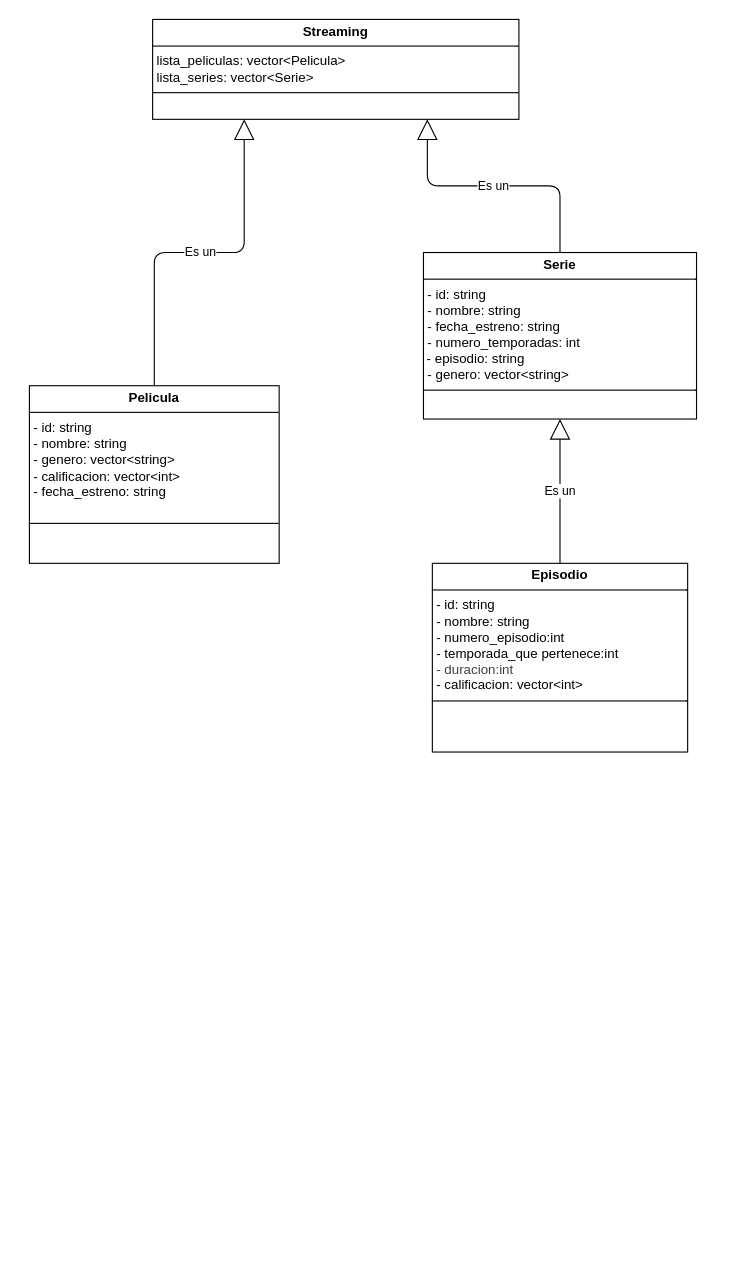
This is integrador-JuanManuelSanchezVelazquez-main/SegundaEntrega/version2.drawio from A01802469/Proyecto-POO, a draw.io file, before an edit. Source tidied: cells renumbered, new cells numbered last; positions are measured from the earlier drawing's top-left corner, leaving out a move shared by most shapes. Both pictures are drawn from the tidied source at 111%, with x=0, y=0 at pixel (29, 19).
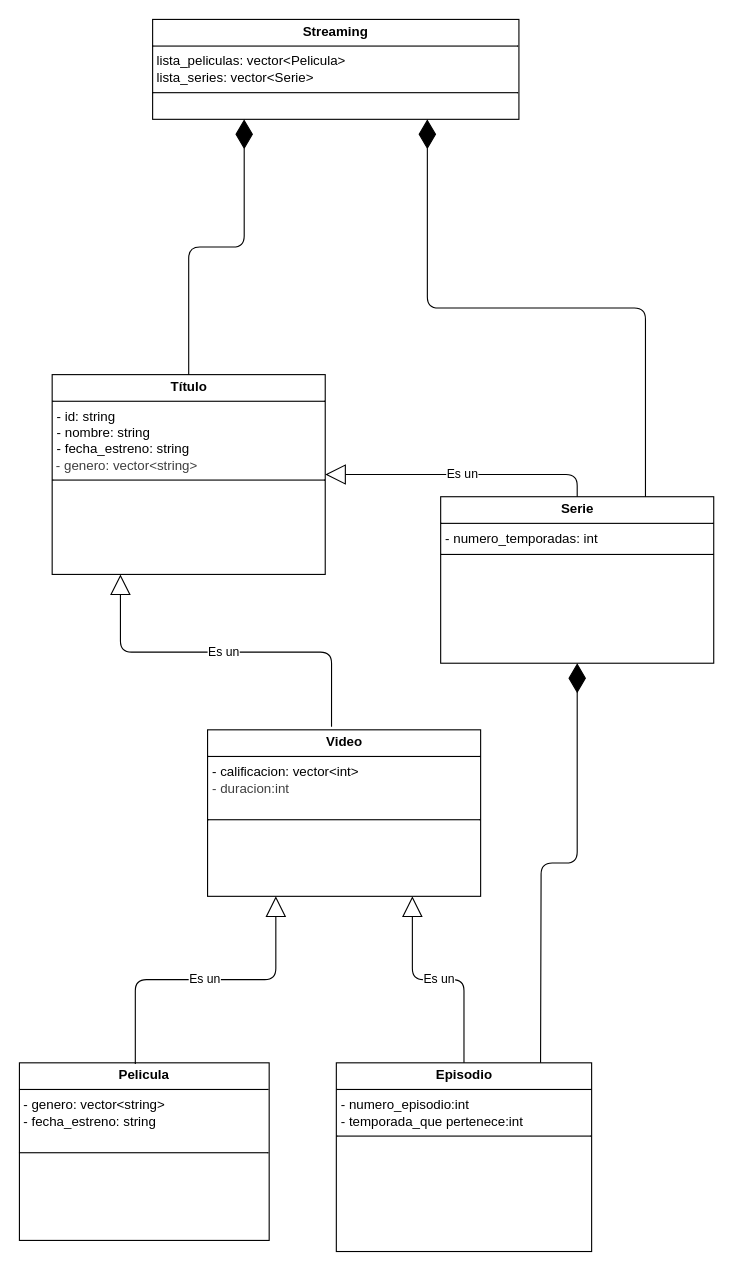
The same diagram, later.

Commit message:
Actualizacion de herencia y composisicon

Diff of the diagram source:
```diff
@@
 <mxGraphModel>
   <root>
     <mxCell id="0" />
     <mxCell id="1" parent="0" />
     <mxCell id="2" value="&lt;p style=&quot;margin:0px;margin-top:4px;text-align:center;&quot;&gt;&lt;b&gt;Streaming&lt;/b&gt;&lt;/p&gt;&lt;hr size=&quot;1&quot; style=&quot;border-style:solid;&quot;&gt;&lt;p style=&quot;margin:0px;margin-left:4px;&quot;&gt;lista_peliculas: vector&amp;lt;Pelicula&amp;gt;&lt;/p&gt;&lt;p style=&quot;margin:0px;margin-left:4px;&quot;&gt;lista_series: vector&amp;lt;Serie&amp;gt;&lt;/p&gt;&lt;hr size=&quot;1&quot; style=&quot;border-style:solid;&quot;&gt;&lt;p style=&quot;margin:0px;margin-left:4px;&quot;&gt;&lt;br&gt;&lt;/p&gt;" style="verticalAlign=top;align=left;overflow=fill;html=1;whiteSpace=wrap;" parent="1" vertex="1">
       <mxGeometry x="111" width="330" height="90" as="geometry" />
     </mxCell>
-    <mxCell id="3" value="&lt;p style=&quot;margin:0px;margin-top:4px;text-align:center;&quot;&gt;&lt;b&gt;Serie&lt;/b&gt;&lt;/p&gt;&lt;hr size=&quot;1&quot; style=&quot;border-style:solid;&quot;&gt;&lt;p style=&quot;margin: 0px 0px 0px 4px;&quot;&gt;- id: string&lt;/p&gt;&lt;p style=&quot;margin: 0px 0px 0px 4px;&quot;&gt;- nombre: string&lt;/p&gt;&lt;p style=&quot;margin: 0px 0px 0px 4px;&quot;&gt;&lt;span style=&quot;background-color: transparent;&quot;&gt;- fecha_estreno: string&lt;/span&gt;&lt;/p&gt;&lt;p style=&quot;margin: 0px 0px 0px 4px;&quot;&gt;&lt;span style=&quot;background-color: transparent;&quot;&gt;- numero_temporadas: int&lt;/span&gt;&lt;/p&gt;&amp;nbsp;- episodio: string&lt;div&gt;&lt;p style=&quot;margin: 0px 0px 0px 4px;&quot;&gt;- genero: vector&amp;lt;string&amp;gt;&lt;/p&gt;&lt;p style=&quot;margin: 0px 0px 0px 4px;&quot;&gt;&lt;span style=&quot;color: rgb(63, 63, 63);&quot;&gt;&lt;/span&gt;&lt;/p&gt;&lt;hr size=&quot;1&quot; style=&quot;border-style:solid;&quot;&gt;&lt;p style=&quot;margin:0px;margin-left:4px;&quot;&gt;&lt;br&gt;&lt;/p&gt;&lt;/div&gt;" style="verticalAlign=top;align=left;overflow=fill;html=1;whiteSpace=wrap;" parent="1" vertex="1">
-      <mxGeometry x="355" y="210" width="246" height="150" as="geometry" />
+    <mxCell id="3" value="&lt;p style=&quot;margin:0px;margin-top:4px;text-align:center;&quot;&gt;&lt;b&gt;Serie&lt;/b&gt;&lt;/p&gt;&lt;hr size=&quot;1&quot; style=&quot;border-style:solid;&quot;&gt;&lt;p style=&quot;margin: 0px 0px 0px 4px;&quot;&gt;&lt;span style=&quot;background-color: transparent;&quot;&gt;- numero_temporadas: int&lt;/span&gt;&lt;/p&gt;&lt;div&gt;&lt;p style=&quot;margin: 0px 0px 0px 4px;&quot;&gt;&lt;span style=&quot;color: rgb(63, 63, 63);&quot;&gt;&lt;/span&gt;&lt;/p&gt;&lt;hr size=&quot;1&quot; style=&quot;border-style:solid;&quot;&gt;&lt;p style=&quot;margin:0px;margin-left:4px;&quot;&gt;&lt;br&gt;&lt;/p&gt;&lt;/div&gt;" style="verticalAlign=top;align=left;overflow=fill;html=1;whiteSpace=wrap;" parent="1" vertex="1">
+      <mxGeometry x="370.5" y="430" width="246" height="150" as="geometry" />
     </mxCell>
-    <mxCell id="4" value="&lt;p style=&quot;margin:0px;margin-top:4px;text-align:center;&quot;&gt;&lt;b&gt;Pelicula&lt;/b&gt;&lt;/p&gt;&lt;hr size=&quot;1&quot; style=&quot;border-style:solid;&quot;&gt;&lt;p style=&quot;margin: 0px 0px 0px 4px;&quot;&gt;- id: string&lt;/p&gt;&lt;p style=&quot;margin: 0px 0px 0px 4px;&quot;&gt;- nombre: string&lt;/p&gt;&lt;p style=&quot;margin: 0px 0px 0px 4px;&quot;&gt;- genero: vector&amp;lt;string&amp;gt;&lt;/p&gt;&lt;p style=&quot;margin: 0px 0px 0px 4px;&quot;&gt;&lt;span style=&quot;background-color: transparent;&quot;&gt;- calificacion: vector&amp;lt;int&amp;gt;&lt;/span&gt;&lt;/p&gt;&lt;p style=&quot;margin: 0px 0px 0px 4px;&quot;&gt;- fecha_estreno: string&lt;/p&gt;&lt;p style=&quot;margin: 0px 0px 0px 4px;&quot;&gt;&lt;br&gt;&lt;/p&gt;&lt;hr size=&quot;1&quot; style=&quot;border-style:solid;&quot;&gt;&lt;p style=&quot;margin:0px;margin-left:4px;&quot;&gt;&lt;br&gt;&lt;/p&gt;" style="verticalAlign=top;align=left;overflow=fill;html=1;whiteSpace=wrap;" parent="1" vertex="1">
-      <mxGeometry y="330" width="225" height="160" as="geometry" />
+    <mxCell id="4" value="&lt;p style=&quot;margin:0px;margin-top:4px;text-align:center;&quot;&gt;&lt;b&gt;Pelicula&lt;/b&gt;&lt;/p&gt;&lt;hr size=&quot;1&quot; style=&quot;border-style:solid;&quot;&gt;&lt;p style=&quot;margin: 0px 0px 0px 4px;&quot;&gt;&lt;span style=&quot;background-color: transparent;&quot;&gt;- genero: vector&amp;lt;string&amp;gt;&lt;/span&gt;&lt;/p&gt;&lt;p style=&quot;margin: 0px 0px 0px 4px;&quot;&gt;&lt;span style=&quot;background-color: transparent;&quot;&gt;- fecha_estreno: string&lt;/span&gt;&lt;/p&gt;&lt;p style=&quot;margin: 0px 0px 0px 4px;&quot;&gt;&lt;br&gt;&lt;/p&gt;&lt;hr size=&quot;1&quot; style=&quot;border-style:solid;&quot;&gt;&lt;p style=&quot;margin:0px;margin-left:4px;&quot;&gt;&lt;br&gt;&lt;/p&gt;" style="verticalAlign=top;align=left;overflow=fill;html=1;whiteSpace=wrap;" parent="1" vertex="1">
+      <mxGeometry x="-9" y="940" width="225" height="160" as="geometry" />
     </mxCell>
-    <mxCell id="5" value="&lt;p style=&quot;margin:0px;margin-top:4px;text-align:center;&quot;&gt;&lt;b&gt;Episodio&lt;/b&gt;&lt;/p&gt;&lt;hr size=&quot;1&quot; style=&quot;border-style:solid;&quot;&gt;&lt;p style=&quot;margin:0px;margin-left:4px;&quot;&gt;- id: string&lt;/p&gt;&lt;p style=&quot;margin:0px;margin-left:4px;&quot;&gt;- nombre: string&lt;/p&gt;&lt;p style=&quot;margin:0px;margin-left:4px;&quot;&gt;- numero_episodio:int&lt;/p&gt;&lt;p style=&quot;margin:0px;margin-left:4px;&quot;&gt;- temporada_que pertenece:int&lt;/p&gt;&lt;p style=&quot;margin:0px;margin-left:4px;&quot;&gt;&lt;span style=&quot;color: rgb(63, 63, 63);&quot;&gt;- duracion:int&lt;/span&gt;&lt;/p&gt;&lt;p style=&quot;margin: 0px 0px 0px 4px;&quot;&gt;&lt;span style=&quot;background-color: transparent;&quot;&gt;- calificacion: vector&amp;lt;int&amp;gt;&lt;/span&gt;&lt;/p&gt;&lt;hr size=&quot;1&quot; style=&quot;border-style:solid;&quot;&gt;&lt;p style=&quot;margin:0px;margin-left:4px;&quot;&gt;&lt;br&gt;&lt;/p&gt;" style="verticalAlign=top;align=left;overflow=fill;html=1;whiteSpace=wrap;" parent="1" vertex="1">
-      <mxGeometry x="363" y="490" width="230" height="170" as="geometry" />
+    <mxCell id="5" value="&lt;p style=&quot;margin:0px;margin-top:4px;text-align:center;&quot;&gt;&lt;b&gt;Episodio&lt;/b&gt;&lt;/p&gt;&lt;hr size=&quot;1&quot; style=&quot;border-style:solid;&quot;&gt;&lt;p style=&quot;margin:0px;margin-left:4px;&quot;&gt;&lt;span style=&quot;background-color: transparent;&quot;&gt;- numero_episodio:int&lt;/span&gt;&lt;/p&gt;&lt;p style=&quot;margin:0px;margin-left:4px;&quot;&gt;- temporada_que pertenece:int&lt;/p&gt;&lt;hr size=&quot;1&quot; style=&quot;border-style:solid;&quot;&gt;&lt;p style=&quot;margin:0px;margin-left:4px;&quot;&gt;&lt;br&gt;&lt;/p&gt;" style="verticalAlign=top;align=left;overflow=fill;html=1;whiteSpace=wrap;" parent="1" vertex="1">
+      <mxGeometry x="276.5" y="940" width="230" height="170" as="geometry" />
     </mxCell>
-    <mxCell id="6" value="Es un" style="endArrow=block;endSize=16;endFill=0;html=1;entryX=0.25;entryY=1;entryDx=0;entryDy=0;exitX=0.5;exitY=0;exitDx=0;exitDy=0;edgeStyle=orthogonalEdgeStyle;" parent="1" edge="1" source="4" target="2">
-      <mxGeometry relative="1" as="geometry" />
-    </mxCell>
+    <mxCell id="8" value="Es un" style="endArrow=block;endSize=16;endFill=0;html=1;edgeStyle=orthogonalEdgeStyle;exitX=0.5;exitY=0;exitDx=0;exitDy=0;entryX=0.75;entryY=1;entryDx=0;entryDy=0;" parent="1" edge="1" source="5" target="9">
+      <mxGeometry relative="1" as="geometry" />
+    </mxCell>
+    <mxCell id="9" value="&lt;p style=&quot;margin:0px;margin-top:4px;text-align:center;&quot;&gt;&lt;b&gt;Video&lt;/b&gt;&lt;/p&gt;&lt;hr size=&quot;1&quot; style=&quot;border-style:solid;&quot;&gt;&lt;p style=&quot;margin: 0px 0px 0px 4px;&quot;&gt;&lt;span style=&quot;background-color: transparent;&quot;&gt;- calificacion: vector&amp;lt;int&amp;gt;&lt;/span&gt;&lt;/p&gt;&lt;p style=&quot;margin: 0px 0px 0px 4px;&quot;&gt;&lt;span style=&quot;color: rgb(63, 63, 63);&quot;&gt;- duracion:int&lt;/span&gt;&lt;/p&gt;&lt;div&gt;&lt;br&gt;&lt;/div&gt;&lt;div&gt;&lt;p style=&quot;margin: 0px 0px 0px 4px;&quot;&gt;&lt;span style=&quot;color: rgb(63, 63, 63);&quot;&gt;&lt;/span&gt;&lt;/p&gt;&lt;hr size=&quot;1&quot; style=&quot;border-style:solid;&quot;&gt;&lt;p style=&quot;margin:0px;margin-left:4px;&quot;&gt;&lt;br&gt;&lt;/p&gt;&lt;/div&gt;" style="verticalAlign=top;align=left;overflow=fill;html=1;whiteSpace=wrap;" parent="1" vertex="1">
+      <mxGeometry x="160.5" y="640" width="246" height="150" as="geometry" />
+    </mxCell>
+    <mxCell id="10" value="&lt;p style=&quot;margin:0px;margin-top:4px;text-align:center;&quot;&gt;&lt;b&gt;Título&lt;/b&gt;&lt;/p&gt;&lt;hr size=&quot;1&quot; style=&quot;border-style:solid;&quot;&gt;&lt;p style=&quot;margin: 0px 0px 0px 4px;&quot;&gt;- id: string&lt;/p&gt;&lt;p style=&quot;margin: 0px 0px 0px 4px;&quot;&gt;- nombre: string&lt;/p&gt;&lt;p style=&quot;margin: 0px 0px 0px 4px;&quot;&gt;&lt;span style=&quot;color: rgb(63, 63, 63);&quot;&gt;&lt;/span&gt;&lt;/p&gt;&lt;p style=&quot;margin: 0px 0px 0px 4px;&quot;&gt;&lt;span style=&quot;background-color: transparent;&quot;&gt;- fecha_estreno: string&lt;/span&gt;&lt;/p&gt;&lt;div&gt;&lt;span style=&quot;color: rgb(63, 63, 63);&quot;&gt;&amp;nbsp;- genero: vector&amp;lt;string&amp;gt;&lt;/span&gt;&lt;/div&gt;&lt;div&gt;&lt;p style=&quot;margin: 0px 0px 0px 4px;&quot;&gt;&lt;span style=&quot;color: rgb(63, 63, 63);&quot;&gt;&lt;/span&gt;&lt;/p&gt;&lt;hr size=&quot;1&quot; style=&quot;border-style:solid;&quot;&gt;&lt;p style=&quot;margin:0px;margin-left:4px;&quot;&gt;&lt;br&gt;&lt;/p&gt;&lt;/div&gt;" style="verticalAlign=top;align=left;overflow=fill;html=1;whiteSpace=wrap;" parent="1" vertex="1">
+      <mxGeometry x="20.5" y="320" width="246" height="180" as="geometry" />
+    </mxCell>
+    <mxCell id="11" value="Es un" style="endArrow=block;endSize=16;endFill=0;html=1;edgeStyle=orthogonalEdgeStyle;exitX=0.464;exitY=0.006;exitDx=0;exitDy=0;entryX=0.25;entryY=1;entryDx=0;entryDy=0;exitPerimeter=0;" parent="1" edge="1" source="4" target="9">
+      <mxGeometry relative="1" as="geometry" />
+    </mxCell>
+    <mxCell id="12" value="Es un" style="endArrow=block;endSize=16;endFill=0;html=1;exitX=0.454;exitY=-0.019;exitDx=0;exitDy=0;exitPerimeter=0;entryX=0.25;entryY=1;entryDx=0;entryDy=0;edgeStyle=orthogonalEdgeStyle;" parent="1" edge="1" source="9" target="10">
+      <mxGeometry relative="1" as="geometry" />
+    </mxCell>
+    <mxCell id="13" style="endArrow=diamondThin;endFill=1;endSize=24;html=1;entryX=0.5;entryY=1;entryDx=0;entryDy=0;edgeStyle=orthogonalEdgeStyle;" parent="1" edge="1" target="3">
+      <mxGeometry relative="1" as="geometry">
+        <mxPoint x="460.5" y="940" as="sourcePoint" />
+      </mxGeometry>
+    </mxCell>
+    <mxCell id="14" value="Es un" style="endArrow=block;endSize=16;endFill=0;html=1;exitX=0.5;exitY=0;exitDx=0;exitDy=0;entryX=1;entryY=0.5;entryDx=0;entryDy=0;edgeStyle=orthogonalEdgeStyle;" parent="1" edge="1" source="3" target="10">
+      <mxGeometry relative="1" as="geometry" />
+    </mxCell>
-    <mxCell id="7" value="Es un" style="endArrow=block;endSize=16;endFill=0;html=1;edgeStyle=orthogonalEdgeStyle;entryX=0.75;entryY=1;entryDx=0;entryDy=0;" parent="1" edge="1" source="3" target="2">
+    <mxCell id="7" style="endArrow=diamondThin;endFill=1;endSize=24;html=1;exitX=0.75;exitY=0;exitDx=0;exitDy=0;entryX=0.75;entryY=1;entryDx=0;entryDy=0;edgeStyle=orthogonalEdgeStyle;" parent="1" edge="1" source="3" target="2">
       <mxGeometry relative="1" as="geometry" />
     </mxCell>
-    <mxCell id="8" value="Es un" style="endArrow=block;endSize=16;endFill=0;html=1;edgeStyle=orthogonalEdgeStyle;exitX=0.5;exitY=0;exitDx=0;exitDy=0;" parent="1" edge="1" source="5" target="3">
-      <mxGeometry relative="1" as="geometry" />
-    </mxCell>
+    <mxCell id="15" style="endArrow=diamondThin;endFill=1;endSize=24;html=1;exitX=0.5;exitY=0;exitDx=0;exitDy=0;entryX=0.25;entryY=1;entryDx=0;entryDy=0;edgeStyle=orthogonalEdgeStyle;" parent="1" edge="1" source="10" target="2">
+      <mxGeometry relative="1" as="geometry" />
+    </mxCell>
   </root>
 </mxGraphModel>
```
